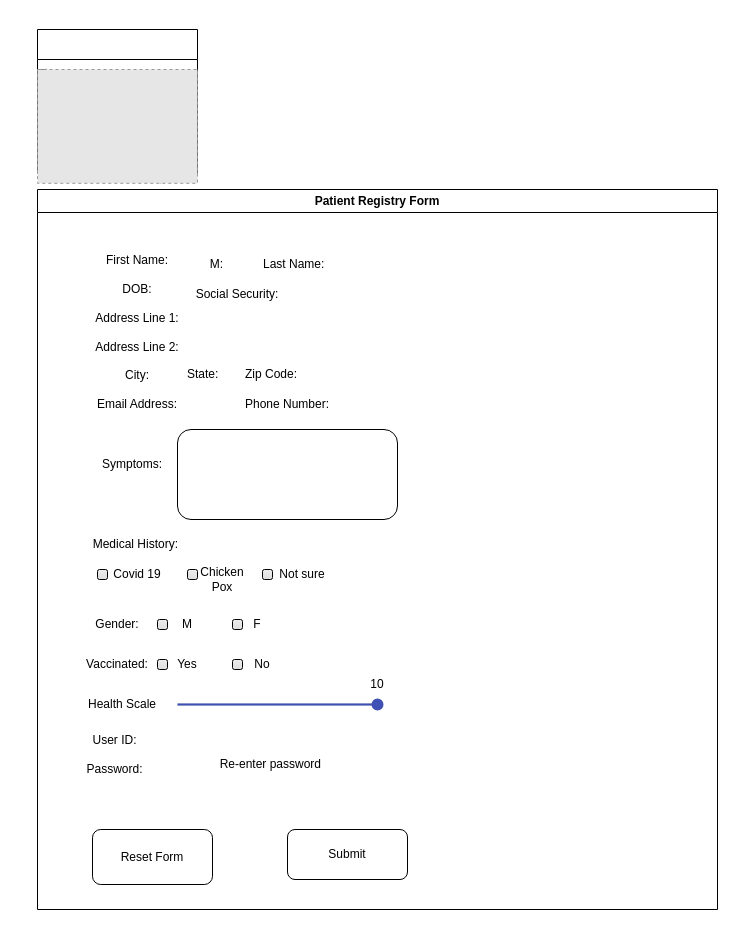
AkselCabrera/registry-form keeps this draw.io diagram as Untitled Diagram.drawio. Above is the earlier version. Source tidied: cells renumbered, new cells numbered last; positions are measured from the earlier drawing's top-left corner, leaving out a move shared by most shapes. Both pictures are drawn from the tidied source at 100%, with x=0, y=0 at pixel (17, 29). Pictures stored in the file or linked from it are replaced by grey dashed boxes.
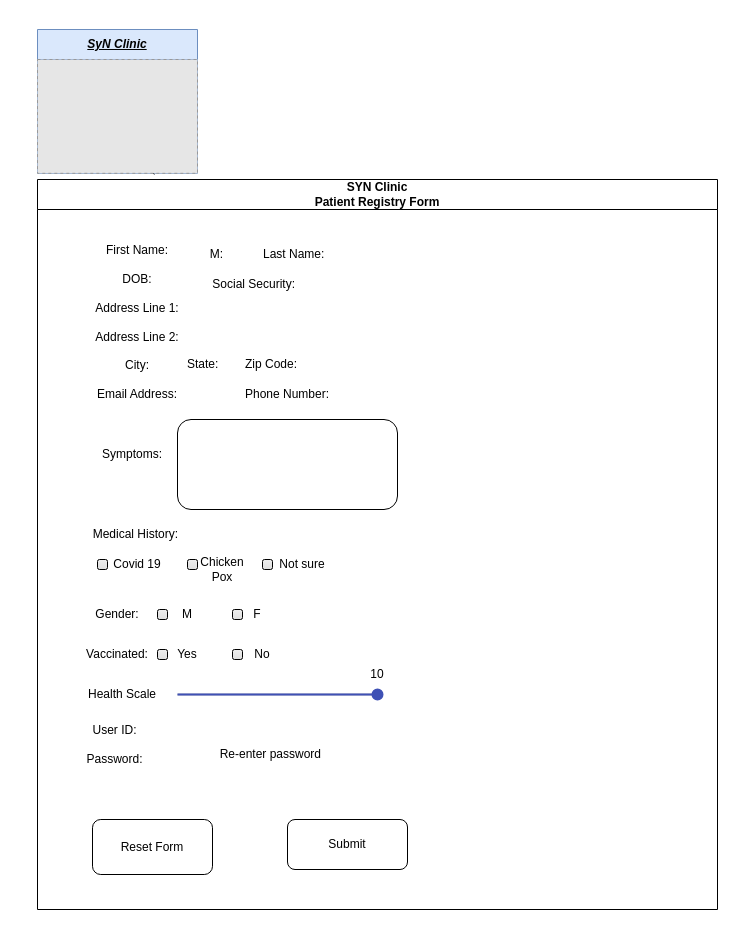
The same diagram, later.

The edit, as a diff of the source:
```diff
@@
-    <mxCell id="2" value="Patient Registry Form" style="swimlane;whiteSpace=wrap;html=1;startSize=23;" parent="1" vertex="1">
-      <mxGeometry x="20" y="160" width="680" height="720" as="geometry" />
+    <mxCell id="2" value="&lt;div&gt;SYN Clinic&lt;/div&gt;Patient Registry Form" style="swimlane;whiteSpace=wrap;html=1;startSize=30;" parent="1" vertex="1">
+      <mxGeometry x="20" y="150" width="680" height="730" as="geometry" />
     </mxCell>
@@
-    <mxCell id="9" value="Social Security:" style="text;html=1;align=center;verticalAlign=middle;whiteSpace=wrap;rounded=0;" parent="2" vertex="1">
-      <mxGeometry x="150" y="90" width="100" height="30" as="geometry" />
+    <mxCell id="9" value="&amp;nbsp; &amp;nbsp; &amp;nbsp; &amp;nbsp;Social Security:" style="text;html=1;align=center;verticalAlign=middle;whiteSpace=wrap;rounded=0;" parent="2" vertex="1">
+      <mxGeometry x="150" y="90" width="110" height="30" as="geometry" />
     </mxCell>
@@
+    <mxCell id="36" value="&lt;h4&gt;&lt;i&gt;&lt;u style=&quot;line-height: 180%;&quot;&gt;SyN Clinic&lt;/u&gt;&lt;/i&gt;&lt;/h4&gt;" style="swimlane;fontStyle=0;horizontal=1;startSize=30;whiteSpace=wrap;html=1;fillColor=#dae8fc;strokeColor=#6c8ebf;" parent="1" vertex="1">
+      <mxGeometry x="20" width="160" height="143.8" as="geometry" />
+    </mxCell>
-    <mxCell id="35" style="curved=1;endArrow=classic;html=1;rounded=0;" parent="1" edge="1" source="38" target="36">
+    <mxCell id="35" style="curved=1;endArrow=classic;html=1;rounded=0;" parent="36" edge="1" source="38" target="36">
       <mxGeometry relative="1" as="geometry">
         <Array as="points">
-          <mxPoint x="140" y="150" />
-          <mxPoint x="100" y="90" />
-          <mxPoint x="60" y="140" />
-          <mxPoint x="30" y="110" />
-          <mxPoint x="70" y="60" />
+          <mxPoint x="120" y="150" />
+          <mxPoint x="80" y="90" />
+          <mxPoint x="40" y="140" />
+          <mxPoint x="10" y="110" />
+          <mxPoint x="50" y="60" />
         </Array>
       </mxGeometry>
     </mxCell>
-    <mxCell id="36" style="swimlane;fontStyle=0;horizontal=1;startSize=30;whiteSpace=wrap;html=1;" parent="1" vertex="1">
-      <mxGeometry x="20" width="160" height="143.8" as="geometry" />
-    </mxCell>
-    <mxCell id="37" style="curved=1;endArrow=classic;html=1;rounded=0;" parent="1" edge="1" target="38">
-      <mxGeometry relative="1" as="geometry">
-        <mxPoint x="140" y="130" as="sourcePoint" />
-      </mxGeometry>
-    </mxCell>
-    <mxCell id="38" style="fillColor=#E6E6E6;strokeColor=#999999;dashed=1;html=1;verticalAlign=top;verticalLabelPosition=bottom;labelBackgroundColor=#ffffff;" parent="1" vertex="1">
-      <mxGeometry x="20" y="40" width="160" height="113.8" as="geometry" />
+    <mxCell id="38" style="fillColor=#E6E6E6;strokeColor=#999999;dashed=1;html=1;verticalAlign=top;verticalLabelPosition=bottom;labelBackgroundColor=#9AC7BF;fontColor=#A680B8;" parent="36" vertex="1">
+      <mxGeometry y="30" width="160" height="113.8" as="geometry" />
     </mxCell>
```
